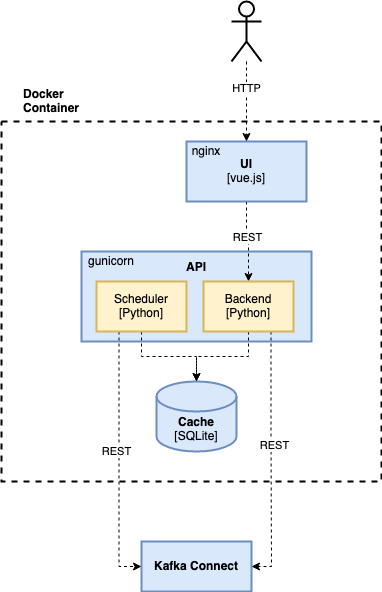
Earlier version of the draw.io export docs/images/architecture.png (rueedlinger/vue-connect). Source tidied: cells renumbered, new cells last; positions are measured from the earlier drawing's top-left corner, leaving out a move shared by most shapes.
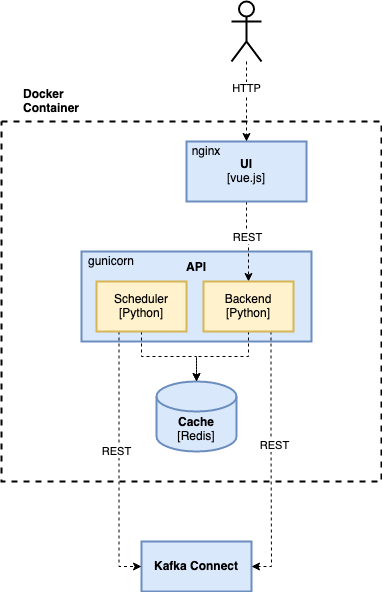
After the change.

What changed in the source:
```diff
@@ -8,7 +8,7 @@
     <mxCell id="3" value="&lt;div&gt;&lt;b&gt;API&lt;/b&gt;&lt;/div&gt;&lt;div&gt;&lt;b&gt;&lt;br&gt;&lt;/b&gt;&lt;/div&gt;&lt;div&gt;&lt;b&gt;&lt;br&gt;&lt;/b&gt;&lt;/div&gt;&lt;div&gt;&lt;b&gt;&lt;br&gt;&lt;/b&gt;&lt;/div&gt;&lt;div&gt;&lt;b&gt;&lt;br&gt;&lt;/b&gt;&lt;/div&gt;" style="rounded=0;whiteSpace=wrap;html=1;strokeWidth=2;fillColor=#dae8fc;strokeColor=#6c8ebf;" parent="1" vertex="1">
       <mxGeometry x="80" y="250" width="230" height="90" as="geometry" />
     </mxCell>
-    <mxCell id="4" value="&lt;div&gt;&lt;b&gt;Cache&lt;/b&gt;&lt;/div&gt;&lt;div&gt;[SQLite]&lt;br&gt;&lt;/div&gt;" style="shape=cylinder3;whiteSpace=wrap;html=1;boundedLbl=1;backgroundOutline=1;size=15;strokeWidth=2;fillColor=#dae8fc;strokeColor=#6c8ebf;" parent="1" vertex="1">
+    <mxCell id="4" value="&lt;div&gt;&lt;b&gt;Cache&lt;/b&gt;&lt;/div&gt;&lt;div&gt;[Redis]&lt;br&gt;&lt;/div&gt;" style="shape=cylinder3;whiteSpace=wrap;html=1;boundedLbl=1;backgroundOutline=1;size=15;strokeWidth=2;fillColor=#dae8fc;strokeColor=#6c8ebf;" parent="1" vertex="1">
       <mxGeometry x="155" y="380" width="80" height="70" as="geometry" />
     </mxCell>
     <mxCell id="5" style="edgeStyle=orthogonalEdgeStyle;rounded=0;jettySize=auto;html=1;exitX=0.5;exitY=1;exitDx=0;exitDy=0;dashed=1;" parent="1" edge="1" source="7" target="18">
```
